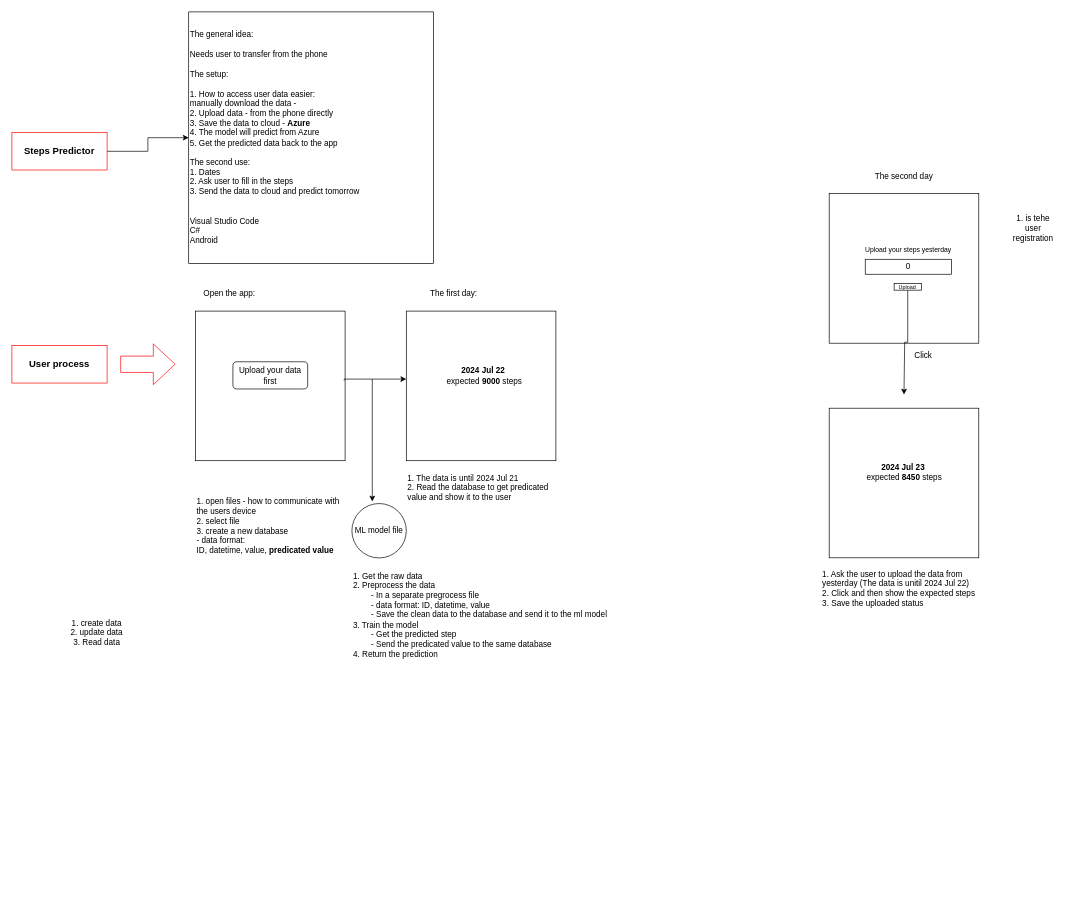
The draw.io diagram StepsPredictor.drawio in sng525/Steps_Predictor, before the edit. Source tidied: cells renumbered, new cells numbered last; positions are measured from the earlier drawing's top-left corner, leaving out a move shared by most shapes. Both pictures are drawn from the tidied source at 68%, with x=0, y=0 at pixel (12, 12).
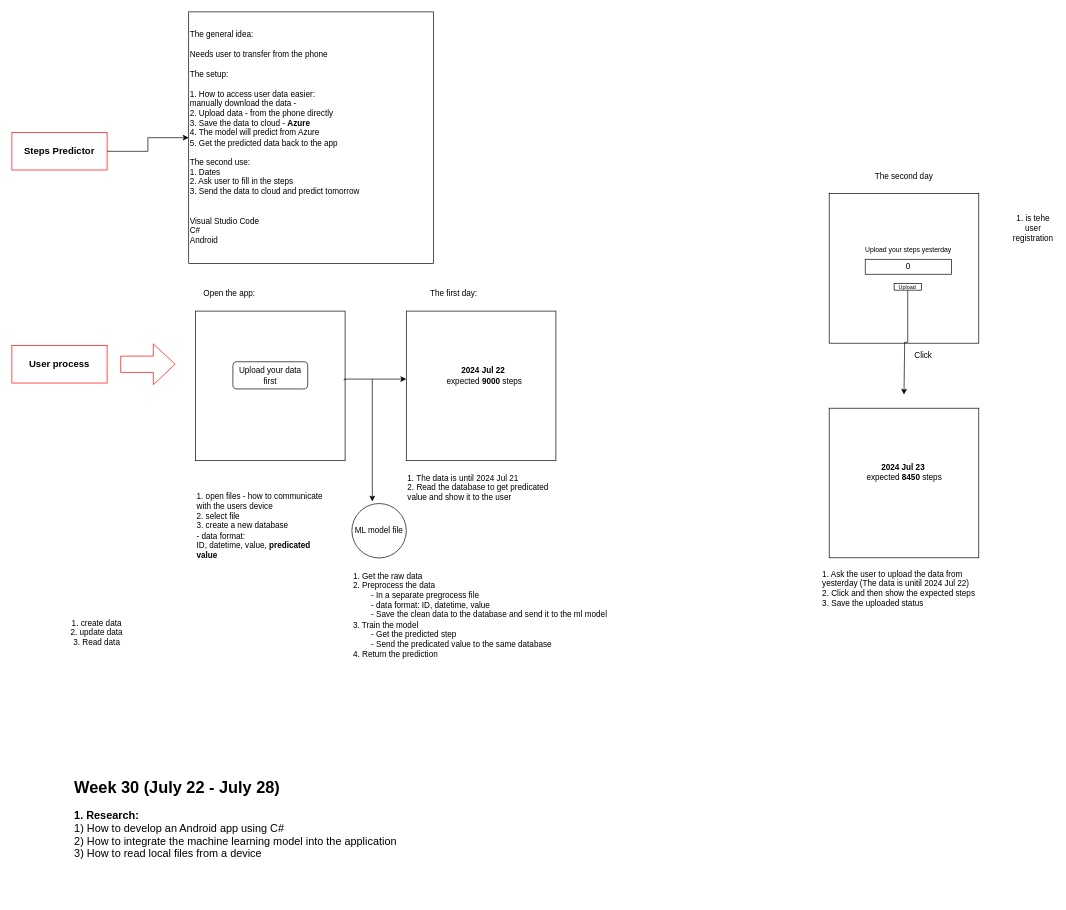
Above is the later version.

Diff of the diagram source:
```diff
@@
     <mxCell id="26" value="1. open files - how to communicate with the users device&lt;div&gt;2. select file&lt;/div&gt;&lt;div&gt;3. create a new database&lt;/div&gt;&lt;div&gt;- data format:&lt;/div&gt;&lt;div&gt;ID, datetime, value, &lt;b&gt;predicated value&lt;/b&gt;&lt;br&gt;&lt;/div&gt;" style="text;html=1;align=left;verticalAlign=middle;whiteSpace=wrap;rounded=0;" parent="1" vertex="1">
-      <mxGeometry x="270" y="688.5" width="215" height="134.2" as="geometry" />
+      <mxGeometry x="270" y="688.5" width="200" height="134.2" as="geometry" />
     </mxCell>
@@
+    <mxCell id="32" value="&lt;h1 style=&quot;margin-top: 0px;&quot;&gt;Week 30 (July 22 - July 28)&lt;/h1&gt;&lt;div&gt;&lt;font size=&quot;3&quot;&gt;&lt;b&gt;1. Research:&amp;nbsp;&lt;/b&gt;&lt;/font&gt;&lt;/div&gt;&lt;div&gt;&lt;font size=&quot;3&quot;&gt;1) How to develop an Android app using C#&lt;/font&gt;&lt;/div&gt;&lt;div&gt;&lt;font size=&quot;3&quot;&gt;2) How to integrate the machine learning model into the application&lt;/font&gt;&lt;/div&gt;&lt;div&gt;&lt;font size=&quot;3&quot;&gt;3) How to read local files from a device&lt;/font&gt;&lt;/div&gt;&lt;div&gt;&lt;br&gt;&lt;/div&gt;&lt;div&gt;&lt;br&gt;&lt;/div&gt;" style="text;html=1;whiteSpace=wrap;overflow=hidden;rounded=0;" parent="1" vertex="1">
+      <mxGeometry x="90" y="1120" width="720" height="180" as="geometry" />
+    </mxCell>
```
